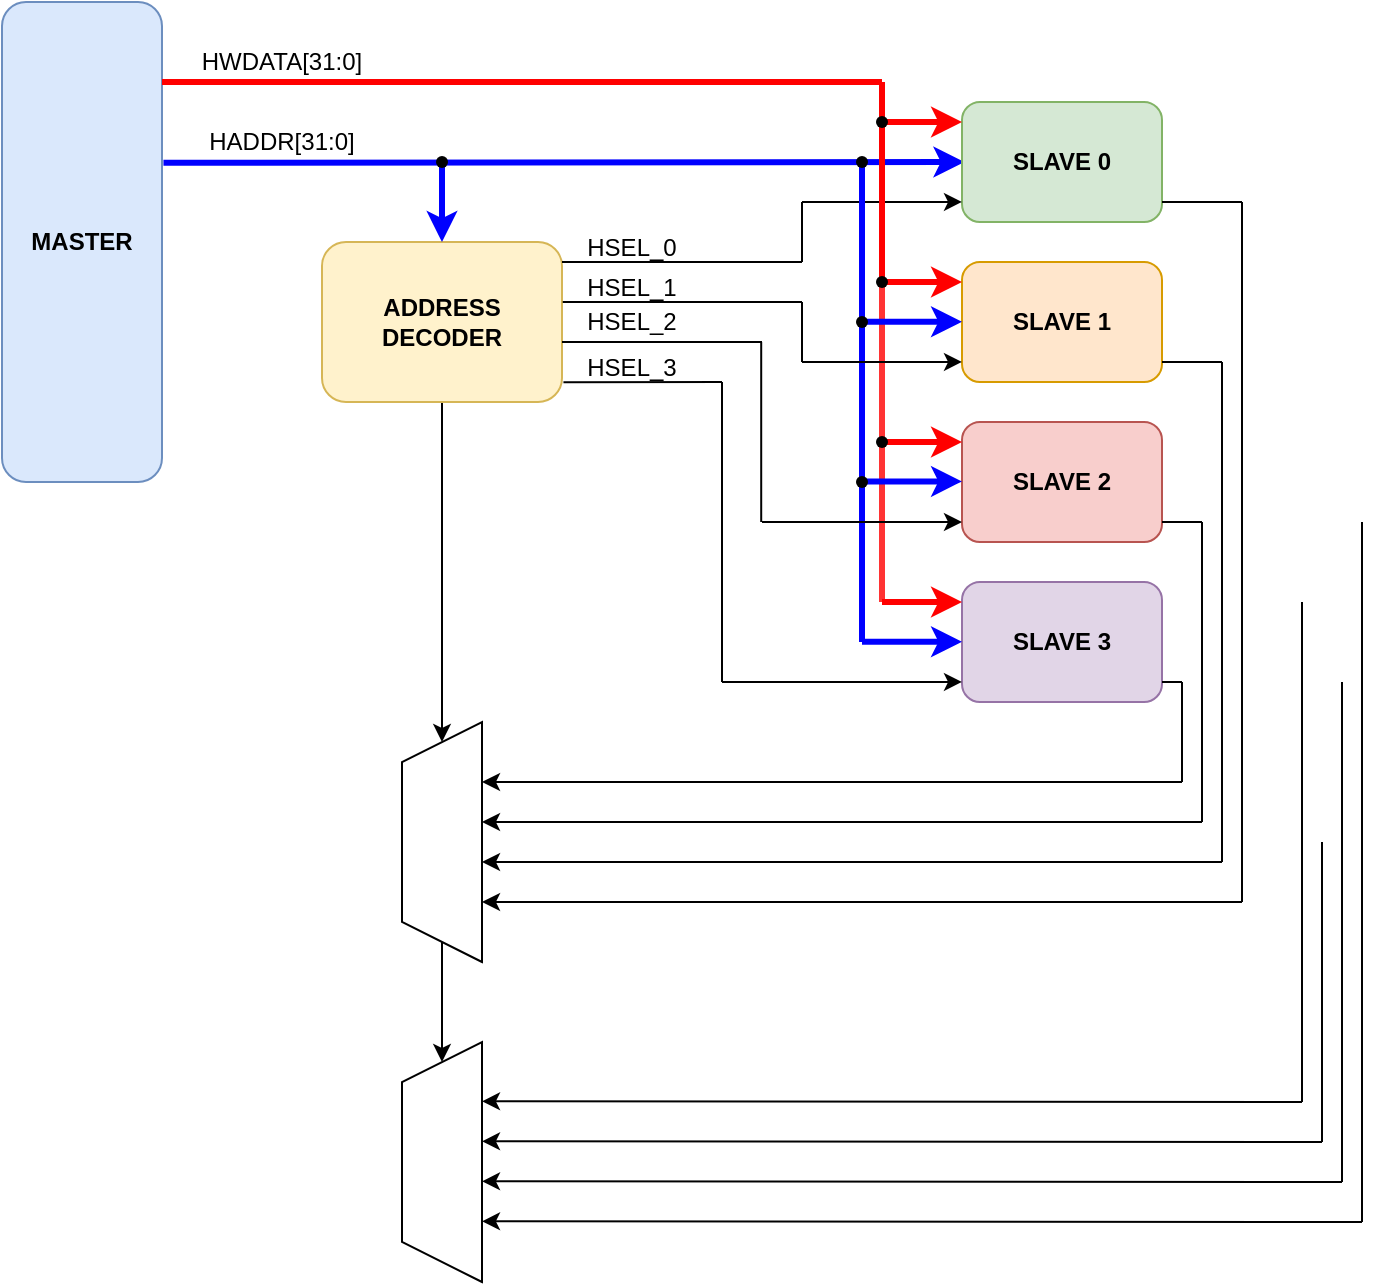
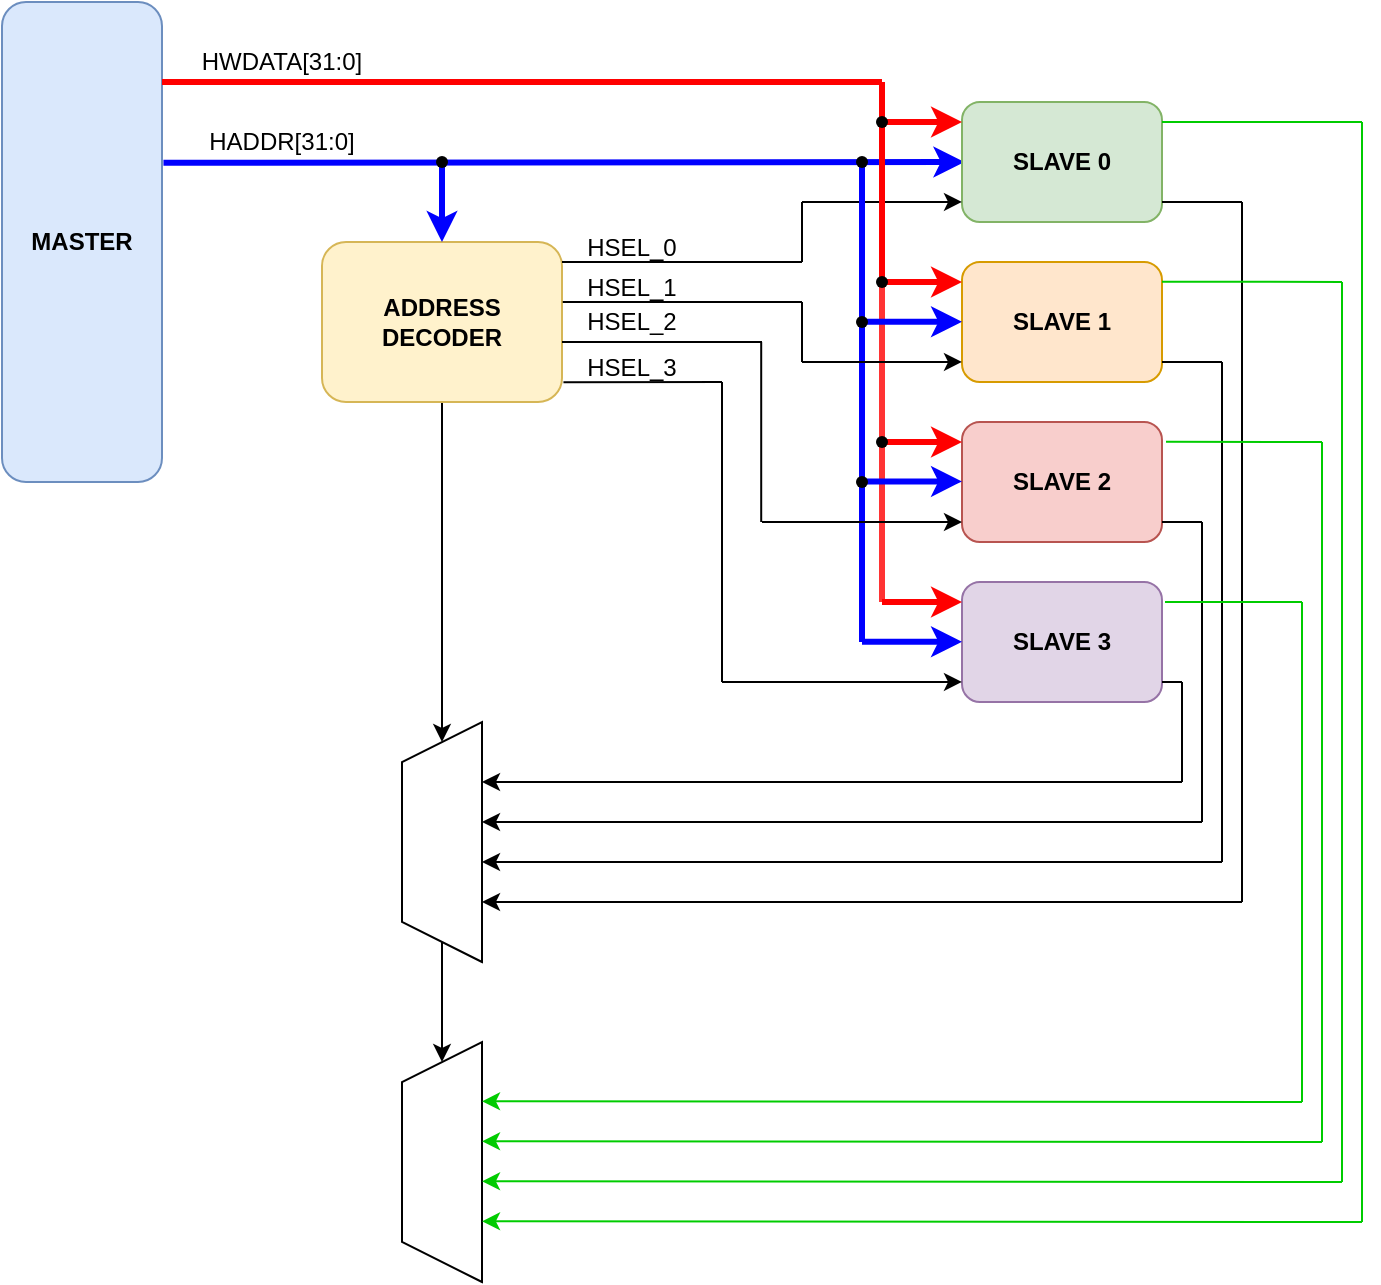
<mxfile host="app.diagrams.net" agent="Mozilla/5.0 (Windows NT 10.0; Win64; x64) AppleWebKit/537.36 (KHTML, like Gecko) Chrome/144.0.0.0 Safari/537.36 Edg/144.0.0.0" pages="4">
  <diagram id="00dOMP4ly3Yvcw6Omt_P" name="AHB Block Diagram">
-     <mxGraphModel dx="178" dy="257" grid="1" gridSize="10" guides="1" tooltips="1" connect="1" arrows="1" fold="1" page="1" pageScale="1" pageWidth="850" pageHeight="1100" math="0" shadow="0">
+     <mxGraphModel dx="364" dy="526" grid="1" gridSize="10" guides="1" tooltips="1" connect="1" arrows="1" fold="1" page="1" pageScale="1" pageWidth="850" pageHeight="1100" math="0" shadow="0">
      <root>
        <mxCell id="0" />
        <mxCell id="1" parent="0" />
        <mxCell id="WVtcaOnAu4kVJNJomXHp-1" parent="1" style="rounded=1;whiteSpace=wrap;html=1;fillColor=#dae8fc;strokeColor=#6c8ebf;" value="&lt;b&gt;MASTER&lt;/b&gt;" vertex="1">
          <mxGeometry height="240" width="80" x="80" y="160" as="geometry" />
        </mxCell>
        <mxCell id="WVtcaOnAu4kVJNJomXHp-55" edge="1" parent="1" source="WVtcaOnAu4kVJNJomXHp-3" style="edgeStyle=orthogonalEdgeStyle;rounded=0;orthogonalLoop=1;jettySize=auto;html=1;entryX=1;entryY=0.5;entryDx=0;entryDy=0;" target="WVtcaOnAu4kVJNJomXHp-53">
          <mxGeometry relative="1" as="geometry" />
        </mxCell>
        <mxCell id="WVtcaOnAu4kVJNJomXHp-3" parent="1" style="rounded=1;whiteSpace=wrap;html=1;fillColor=#fff2cc;strokeColor=#d6b656;" value="&lt;b&gt;ADDRESS DECODER&lt;/b&gt;" vertex="1">
          <mxGeometry height="80" width="120" x="240" y="280" as="geometry" />
        </mxCell>
        <mxCell id="WVtcaOnAu4kVJNJomXHp-4" edge="1" parent="1" source="WVtcaOnAu4kVJNJomXHp-1" style="endArrow=classic;html=1;rounded=0;exitX=1.009;exitY=0.335;exitDx=0;exitDy=0;exitPerimeter=0;strokeWidth=3;strokeColor=#0000FF;" value="">
          <mxGeometry height="50" relative="1" width="50" as="geometry">
            <mxPoint x="170" y="240" as="sourcePoint" />
            <mxPoint x="561.2" y="240" as="targetPoint" />
          </mxGeometry>
        </mxCell>
        <mxCell id="WVtcaOnAu4kVJNJomXHp-5" edge="1" parent="1" source="WVtcaOnAu4kVJNJomXHp-6" style="endArrow=classic;html=1;rounded=0;entryX=0.5;entryY=0;entryDx=0;entryDy=0;strokeWidth=3;strokeColor=#0000FF;" target="WVtcaOnAu4kVJNJomXHp-3" value="">
          <mxGeometry height="50" relative="1" width="50" as="geometry">
            <mxPoint x="340" y="240" as="sourcePoint" />
            <mxPoint x="390" y="190" as="targetPoint" />
          </mxGeometry>
        </mxCell>
        <mxCell id="WVtcaOnAu4kVJNJomXHp-6" parent="1" style="shape=waypoint;sketch=0;fillStyle=solid;size=6;pointerEvents=1;points=[];fillColor=none;resizable=0;rotatable=0;perimeter=centerPerimeter;snapToPoint=1;" value="" vertex="1">
          <mxGeometry height="20" width="20" x="290" y="230" as="geometry" />
        </mxCell>
        <mxCell id="WVtcaOnAu4kVJNJomXHp-7" parent="1" style="rounded=1;whiteSpace=wrap;html=1;fillColor=#d5e8d4;strokeColor=#82b366;fontStyle=1" value="SLAVE 0" vertex="1">
          <mxGeometry height="60" width="100" x="560" y="210" as="geometry" />
        </mxCell>
        <mxCell id="WVtcaOnAu4kVJNJomXHp-8" parent="1" style="rounded=1;whiteSpace=wrap;html=1;fillColor=#ffe6cc;strokeColor=#d79b00;fontStyle=1" value="SLAVE 1" vertex="1">
          <mxGeometry height="60" width="100" x="560" y="290" as="geometry" />
        </mxCell>
        <mxCell id="WVtcaOnAu4kVJNJomXHp-9" parent="1" style="rounded=1;whiteSpace=wrap;html=1;fillColor=#f8cecc;strokeColor=#b85450;fontStyle=1" value="SLAVE 2" vertex="1">
          <mxGeometry height="60" width="100" x="560" y="370" as="geometry" />
        </mxCell>
        <mxCell id="WVtcaOnAu4kVJNJomXHp-10" parent="1" style="rounded=1;whiteSpace=wrap;html=1;fillColor=#e1d5e7;strokeColor=#9673a6;fontStyle=1" value="SLAVE 3" vertex="1">
          <mxGeometry height="60" width="100" x="560" y="450" as="geometry" />
        </mxCell>
        <mxCell id="WVtcaOnAu4kVJNJomXHp-11" edge="1" parent="1" source="WVtcaOnAu4kVJNJomXHp-3" style="endArrow=none;html=1;rounded=0;exitX=1;exitY=0.125;exitDx=0;exitDy=0;exitPerimeter=0;" value="">
          <mxGeometry height="50" relative="1" width="50" as="geometry">
            <mxPoint x="410" y="290" as="sourcePoint" />
            <mxPoint x="480" y="290" as="targetPoint" />
          </mxGeometry>
        </mxCell>
        <mxCell id="WVtcaOnAu4kVJNJomXHp-12" edge="1" parent="1" style="endArrow=none;html=1;rounded=0;" value="">
          <mxGeometry height="50" relative="1" width="50" as="geometry">
            <mxPoint x="480" y="290" as="sourcePoint" />
            <mxPoint x="480" y="260" as="targetPoint" />
          </mxGeometry>
        </mxCell>
        <mxCell id="WVtcaOnAu4kVJNJomXHp-13" edge="1" parent="1" style="endArrow=classic;html=1;rounded=0;entryX=0;entryY=0.833;entryDx=0;entryDy=0;entryPerimeter=0;" target="WVtcaOnAu4kVJNJomXHp-7" value="">
          <mxGeometry height="50" relative="1" width="50" as="geometry">
            <mxPoint x="480" y="260" as="sourcePoint" />
            <mxPoint x="540" y="260" as="targetPoint" />
          </mxGeometry>
        </mxCell>
        <mxCell id="WVtcaOnAu4kVJNJomXHp-18" edge="1" parent="1" style="endArrow=none;html=1;rounded=0;strokeWidth=3;strokeColor=#FF0000;" value="">
          <mxGeometry height="50" relative="1" width="50" as="geometry">
            <mxPoint x="160" y="200" as="sourcePoint" />
            <mxPoint x="520" y="200" as="targetPoint" />
          </mxGeometry>
        </mxCell>
        <mxCell id="WVtcaOnAu4kVJNJomXHp-19" edge="1" parent="1" source="WVtcaOnAu4kVJNJomXHp-25" style="endArrow=none;html=1;rounded=0;strokeWidth=3;strokeColor=#FF0000;" value="">
          <mxGeometry height="50" relative="1" width="50" as="geometry">
            <mxPoint x="520" y="380" as="sourcePoint" />
            <mxPoint x="520" y="200" as="targetPoint" />
          </mxGeometry>
        </mxCell>
        <mxCell id="WVtcaOnAu4kVJNJomXHp-20" edge="1" parent="1" style="endArrow=classic;html=1;rounded=0;entryX=0;entryY=0.167;entryDx=0;entryDy=0;entryPerimeter=0;strokeWidth=3;strokeColor=#FF0000;" target="WVtcaOnAu4kVJNJomXHp-7" value="">
          <mxGeometry height="50" relative="1" width="50" as="geometry">
            <mxPoint x="520" y="220" as="sourcePoint" />
            <mxPoint x="570" y="170" as="targetPoint" />
          </mxGeometry>
        </mxCell>
        <mxCell id="WVtcaOnAu4kVJNJomXHp-22" edge="1" parent="1" style="endArrow=classic;html=1;rounded=0;entryX=0;entryY=0.167;entryDx=0;entryDy=0;entryPerimeter=0;strokeWidth=3;strokeColor=#FF0000;" value="">
          <mxGeometry height="50" relative="1" width="50" as="geometry">
            <mxPoint x="520" y="300" as="sourcePoint" />
            <mxPoint x="560" y="300" as="targetPoint" />
          </mxGeometry>
        </mxCell>
        <mxCell id="WVtcaOnAu4kVJNJomXHp-23" parent="1" style="shape=waypoint;sketch=0;fillStyle=solid;size=6;pointerEvents=1;points=[];fillColor=none;resizable=0;rotatable=0;perimeter=centerPerimeter;snapToPoint=1;" value="" vertex="1">
          <mxGeometry height="20" width="20" x="510" y="210" as="geometry" />
        </mxCell>
        <mxCell id="WVtcaOnAu4kVJNJomXHp-24" edge="1" parent="1" style="endArrow=classic;html=1;rounded=0;entryX=0;entryY=0.167;entryDx=0;entryDy=0;entryPerimeter=0;strokeWidth=3;strokeColor=#FF0000;" value="">
          <mxGeometry height="50" relative="1" width="50" as="geometry">
            <mxPoint x="520" y="380" as="sourcePoint" />
            <mxPoint x="560" y="380" as="targetPoint" />
          </mxGeometry>
        </mxCell>
        <mxCell id="WVtcaOnAu4kVJNJomXHp-26" edge="1" parent="1" style="endArrow=none;html=1;rounded=0;strokeWidth=3;strokeColor=#FF3333;" target="WVtcaOnAu4kVJNJomXHp-25" value="">
          <mxGeometry height="50" relative="1" width="50" as="geometry">
            <mxPoint x="520" y="460" as="sourcePoint" />
            <mxPoint x="520" y="200" as="targetPoint" />
          </mxGeometry>
        </mxCell>
        <mxCell id="WVtcaOnAu4kVJNJomXHp-25" parent="1" style="shape=waypoint;sketch=0;fillStyle=solid;size=6;pointerEvents=1;points=[];fillColor=none;resizable=0;rotatable=0;perimeter=centerPerimeter;snapToPoint=1;" value="" vertex="1">
          <mxGeometry height="20" width="20" x="510" y="290" as="geometry" />
        </mxCell>
        <mxCell id="WVtcaOnAu4kVJNJomXHp-27" edge="1" parent="1" style="endArrow=none;html=1;rounded=0;strokeWidth=3;strokeColor=#0000FF;" target="WVtcaOnAu4kVJNJomXHp-30" value="">
          <mxGeometry height="50" relative="1" width="50" as="geometry">
            <mxPoint x="510" y="480" as="sourcePoint" />
            <mxPoint x="510" y="240" as="targetPoint" />
          </mxGeometry>
        </mxCell>
        <mxCell id="WVtcaOnAu4kVJNJomXHp-28" edge="1" parent="1" style="endArrow=classic;html=1;rounded=0;entryX=0;entryY=0.167;entryDx=0;entryDy=0;entryPerimeter=0;strokeWidth=3;strokeColor=#0000FF;" value="">
          <mxGeometry height="50" relative="1" width="50" as="geometry">
            <mxPoint x="510" y="399.72" as="sourcePoint" />
            <mxPoint x="560" y="399.72" as="targetPoint" />
          </mxGeometry>
        </mxCell>
        <mxCell id="WVtcaOnAu4kVJNJomXHp-29" edge="1" parent="1" style="endArrow=classic;html=1;rounded=0;entryX=0;entryY=0.167;entryDx=0;entryDy=0;entryPerimeter=0;strokeWidth=3;strokeColor=#0000FF;" value="">
          <mxGeometry height="50" relative="1" width="50" as="geometry">
            <mxPoint x="510" y="319.86" as="sourcePoint" />
            <mxPoint x="560" y="319.86" as="targetPoint" />
          </mxGeometry>
        </mxCell>
        <mxCell id="WVtcaOnAu4kVJNJomXHp-30" parent="1" style="shape=waypoint;sketch=0;fillStyle=solid;size=6;pointerEvents=1;points=[];fillColor=none;resizable=0;rotatable=0;perimeter=centerPerimeter;snapToPoint=1;" value="" vertex="1">
          <mxGeometry height="20" width="20" x="500.0000000000001" y="230" as="geometry" />
        </mxCell>
        <mxCell id="WVtcaOnAu4kVJNJomXHp-31" parent="1" style="shape=waypoint;sketch=0;fillStyle=solid;size=6;pointerEvents=1;points=[];fillColor=none;resizable=0;rotatable=0;perimeter=centerPerimeter;snapToPoint=1;" value="" vertex="1">
          <mxGeometry height="20" width="20" x="500" y="310" as="geometry" />
        </mxCell>
        <mxCell id="WVtcaOnAu4kVJNJomXHp-32" edge="1" parent="1" style="endArrow=classic;html=1;rounded=0;entryX=0;entryY=0.167;entryDx=0;entryDy=0;entryPerimeter=0;strokeWidth=3;strokeColor=#FF0000;" value="">
          <mxGeometry height="50" relative="1" width="50" as="geometry">
            <mxPoint x="520" y="460" as="sourcePoint" />
            <mxPoint x="560" y="460" as="targetPoint" />
          </mxGeometry>
        </mxCell>
        <mxCell id="WVtcaOnAu4kVJNJomXHp-33" edge="1" parent="1" style="endArrow=classic;html=1;rounded=0;entryX=0;entryY=0.167;entryDx=0;entryDy=0;entryPerimeter=0;strokeWidth=3;strokeColor=#0000FF;" value="">
          <mxGeometry height="50" relative="1" width="50" as="geometry">
            <mxPoint x="510" y="479.88" as="sourcePoint" />
            <mxPoint x="560" y="479.88" as="targetPoint" />
          </mxGeometry>
        </mxCell>
        <mxCell id="WVtcaOnAu4kVJNJomXHp-34" parent="1" style="shape=waypoint;sketch=0;fillStyle=solid;size=6;pointerEvents=1;points=[];fillColor=none;resizable=0;rotatable=0;perimeter=centerPerimeter;snapToPoint=1;" value="" vertex="1">
          <mxGeometry height="20" width="20" x="510" y="370" as="geometry" />
        </mxCell>
        <mxCell id="WVtcaOnAu4kVJNJomXHp-35" parent="1" style="shape=waypoint;sketch=0;fillStyle=solid;size=6;pointerEvents=1;points=[];fillColor=none;resizable=0;rotatable=0;perimeter=centerPerimeter;snapToPoint=1;" value="" vertex="1">
          <mxGeometry height="20" width="20" x="500" y="390" as="geometry" />
        </mxCell>
        <mxCell id="WVtcaOnAu4kVJNJomXHp-38" edge="1" parent="1" source="WVtcaOnAu4kVJNJomXHp-3" style="endArrow=none;html=1;rounded=0;exitX=1.003;exitY=0.375;exitDx=0;exitDy=0;exitPerimeter=0;" value="">
          <mxGeometry height="50" relative="1" width="50" as="geometry">
            <mxPoint x="400" y="310" as="sourcePoint" />
            <mxPoint x="480" y="310" as="targetPoint" />
          </mxGeometry>
        </mxCell>
        <mxCell id="WVtcaOnAu4kVJNJomXHp-39" edge="1" parent="1" source="WVtcaOnAu4kVJNJomXHp-3" style="endArrow=none;html=1;rounded=0;exitX=1;exitY=0.625;exitDx=0;exitDy=0;exitPerimeter=0;" value="">
          <mxGeometry height="50" relative="1" width="50" as="geometry">
            <mxPoint x="400" y="330" as="sourcePoint" />
            <mxPoint x="460" y="330" as="targetPoint" />
          </mxGeometry>
        </mxCell>
        <mxCell id="WVtcaOnAu4kVJNJomXHp-40" edge="1" parent="1" source="WVtcaOnAu4kVJNJomXHp-3" style="endArrow=none;html=1;rounded=0;exitX=1.006;exitY=0.877;exitDx=0;exitDy=0;exitPerimeter=0;" value="">
          <mxGeometry height="50" relative="1" width="50" as="geometry">
            <mxPoint x="400" y="350" as="sourcePoint" />
            <mxPoint x="440" y="350" as="targetPoint" />
          </mxGeometry>
        </mxCell>
        <mxCell id="WVtcaOnAu4kVJNJomXHp-41" edge="1" parent="1" style="endArrow=none;html=1;rounded=0;" value="">
          <mxGeometry height="50" relative="1" width="50" as="geometry">
            <mxPoint x="440" y="500" as="sourcePoint" />
            <mxPoint x="440" y="350" as="targetPoint" />
          </mxGeometry>
        </mxCell>
        <mxCell id="WVtcaOnAu4kVJNJomXHp-42" edge="1" parent="1" style="endArrow=classic;html=1;rounded=0;entryX=0;entryY=0.833;entryDx=0;entryDy=0;entryPerimeter=0;" target="WVtcaOnAu4kVJNJomXHp-10" value="">
          <mxGeometry height="50" relative="1" width="50" as="geometry">
            <mxPoint x="440" y="499.98" as="sourcePoint" />
            <mxPoint x="470" y="450" as="targetPoint" />
          </mxGeometry>
        </mxCell>
        <mxCell id="WVtcaOnAu4kVJNJomXHp-43" edge="1" parent="1" style="endArrow=none;html=1;rounded=0;" value="">
          <mxGeometry height="50" relative="1" width="50" as="geometry">
            <mxPoint x="459.6" y="420" as="sourcePoint" />
            <mxPoint x="459.6" y="330" as="targetPoint" />
          </mxGeometry>
        </mxCell>
        <mxCell id="WVtcaOnAu4kVJNJomXHp-44" edge="1" parent="1" style="endArrow=classic;html=1;rounded=0;entryX=0;entryY=0.833;entryDx=0;entryDy=0;entryPerimeter=0;" value="">
          <mxGeometry height="50" relative="1" width="50" as="geometry">
            <mxPoint x="460" y="420" as="sourcePoint" />
            <mxPoint x="560" y="420" as="targetPoint" />
          </mxGeometry>
        </mxCell>
        <mxCell id="WVtcaOnAu4kVJNJomXHp-45" edge="1" parent="1" style="endArrow=none;html=1;rounded=0;" value="">
          <mxGeometry height="50" relative="1" width="50" as="geometry">
            <mxPoint x="480" y="340" as="sourcePoint" />
            <mxPoint x="480" y="310" as="targetPoint" />
          </mxGeometry>
        </mxCell>
        <mxCell id="WVtcaOnAu4kVJNJomXHp-46" edge="1" parent="1" style="endArrow=classic;html=1;rounded=0;entryX=0;entryY=0.833;entryDx=0;entryDy=0;entryPerimeter=0;" target="WVtcaOnAu4kVJNJomXHp-8" value="">
          <mxGeometry height="50" relative="1" width="50" as="geometry">
            <mxPoint x="480" y="340" as="sourcePoint" />
            <mxPoint x="550" y="340" as="targetPoint" />
          </mxGeometry>
        </mxCell>
        <mxCell id="WVtcaOnAu4kVJNJomXHp-47" parent="1" style="text;html=1;whiteSpace=wrap;strokeColor=none;fillColor=none;align=center;verticalAlign=middle;rounded=0;" value="HSEL_0" vertex="1">
          <mxGeometry height="15" width="60" x="365" y="275" as="geometry" />
        </mxCell>
        <mxCell id="WVtcaOnAu4kVJNJomXHp-48" parent="1" style="text;html=1;whiteSpace=wrap;strokeColor=none;fillColor=none;align=center;verticalAlign=middle;rounded=0;" value="HSEL_1" vertex="1">
          <mxGeometry height="15" width="60" x="365" y="295" as="geometry" />
        </mxCell>
        <mxCell id="WVtcaOnAu4kVJNJomXHp-49" parent="1" style="text;html=1;whiteSpace=wrap;strokeColor=none;fillColor=none;align=center;verticalAlign=middle;rounded=0;" value="HSEL_2" vertex="1">
          <mxGeometry height="7.5" width="60" x="365" y="316.25" as="geometry" />
        </mxCell>
        <mxCell id="WVtcaOnAu4kVJNJomXHp-50" parent="1" style="text;html=1;whiteSpace=wrap;strokeColor=none;fillColor=none;align=center;verticalAlign=middle;rounded=0;" value="HSEL_3" vertex="1">
          <mxGeometry height="15" width="60" x="365" y="335" as="geometry" />
        </mxCell>
        <mxCell id="WVtcaOnAu4kVJNJomXHp-51" parent="1" style="text;html=1;whiteSpace=wrap;strokeColor=none;fillColor=none;align=center;verticalAlign=middle;rounded=0;" value="HWDATA[31:0]" vertex="1">
          <mxGeometry height="20" width="80" x="180" y="180" as="geometry" />
        </mxCell>
        <mxCell id="WVtcaOnAu4kVJNJomXHp-52" parent="1" style="text;html=1;whiteSpace=wrap;strokeColor=none;fillColor=none;align=center;verticalAlign=middle;rounded=0;" value="HADDR[31:0]" vertex="1">
          <mxGeometry height="20" width="80" x="180" y="220" as="geometry" />
        </mxCell>
        <mxCell id="WVtcaOnAu4kVJNJomXHp-53" parent="1" style="shape=trapezoid;perimeter=trapezoidPerimeter;whiteSpace=wrap;html=1;fixedSize=1;rotation=-90;" value="" vertex="1">
          <mxGeometry height="40" width="120" x="240" y="560" as="geometry" />
        </mxCell>
        <mxCell id="WVtcaOnAu4kVJNJomXHp-54" parent="1" style="shape=trapezoid;perimeter=trapezoidPerimeter;whiteSpace=wrap;html=1;fixedSize=1;rotation=-90;" value="" vertex="1">
          <mxGeometry height="40" width="120" x="240" y="720" as="geometry" />
        </mxCell>
        <mxCell id="WVtcaOnAu4kVJNJomXHp-56" edge="1" parent="1" source="WVtcaOnAu4kVJNJomXHp-53" style="endArrow=classic;html=1;rounded=0;exitX=0;exitY=0.5;exitDx=0;exitDy=0;entryX=1;entryY=0.5;entryDx=0;entryDy=0;" target="WVtcaOnAu4kVJNJomXHp-54" value="">
          <mxGeometry height="50" relative="1" width="50" as="geometry">
            <mxPoint x="360" y="680" as="sourcePoint" />
            <mxPoint x="410" y="630" as="targetPoint" />
          </mxGeometry>
        </mxCell>
        <mxCell id="WVtcaOnAu4kVJNJomXHp-58" edge="1" parent="1" style="endArrow=classic;html=1;rounded=0;" value="">
          <mxGeometry height="50" relative="1" width="50" as="geometry">
            <mxPoint x="670" y="550" as="sourcePoint" />
            <mxPoint x="320" y="550" as="targetPoint" />
          </mxGeometry>
        </mxCell>
        <mxCell id="WVtcaOnAu4kVJNJomXHp-59" edge="1" parent="1" style="endArrow=classic;html=1;rounded=0;" value="">
          <mxGeometry height="50" relative="1" width="50" as="geometry">
            <mxPoint x="680" y="570" as="sourcePoint" />
            <mxPoint x="320" y="570" as="targetPoint" />
          </mxGeometry>
        </mxCell>
        <mxCell id="WVtcaOnAu4kVJNJomXHp-60" edge="1" parent="1" style="endArrow=classic;html=1;rounded=0;" value="">
          <mxGeometry height="50" relative="1" width="50" as="geometry">
            <mxPoint x="690" y="590" as="sourcePoint" />
            <mxPoint x="320" y="590" as="targetPoint" />
          </mxGeometry>
        </mxCell>
        <mxCell id="WVtcaOnAu4kVJNJomXHp-61" edge="1" parent="1" style="endArrow=classic;html=1;rounded=0;" value="">
          <mxGeometry height="50" relative="1" width="50" as="geometry">
            <mxPoint x="700" y="610" as="sourcePoint" />
            <mxPoint x="320" y="610" as="targetPoint" />
          </mxGeometry>
        </mxCell>
        <mxCell id="WVtcaOnAu4kVJNJomXHp-62" edge="1" parent="1" style="endArrow=none;html=1;rounded=0;" value="">
          <mxGeometry height="50" relative="1" width="50" as="geometry">
            <mxPoint x="670" y="550" as="sourcePoint" />
            <mxPoint x="670" y="500" as="targetPoint" />
          </mxGeometry>
        </mxCell>
        <mxCell id="WVtcaOnAu4kVJNJomXHp-63" edge="1" parent="1" style="endArrow=none;html=1;rounded=0;" value="">
          <mxGeometry height="50" relative="1" width="50" as="geometry">
            <mxPoint x="660" y="500" as="sourcePoint" />
            <mxPoint x="670" y="500" as="targetPoint" />
          </mxGeometry>
        </mxCell>
        <mxCell id="WVtcaOnAu4kVJNJomXHp-64" edge="1" parent="1" style="endArrow=none;html=1;rounded=0;" value="">
          <mxGeometry height="50" relative="1" width="50" as="geometry">
            <mxPoint x="680" y="570" as="sourcePoint" />
            <mxPoint x="680" y="420" as="targetPoint" />
          </mxGeometry>
        </mxCell>
        <mxCell id="WVtcaOnAu4kVJNJomXHp-65" edge="1" parent="1" style="endArrow=none;html=1;rounded=0;" value="">
          <mxGeometry height="50" relative="1" width="50" as="geometry">
            <mxPoint x="660" y="420" as="sourcePoint" />
            <mxPoint x="680" y="420" as="targetPoint" />
          </mxGeometry>
        </mxCell>
        <mxCell id="WVtcaOnAu4kVJNJomXHp-66" edge="1" parent="1" style="endArrow=none;html=1;rounded=0;" value="">
          <mxGeometry height="50" relative="1" width="50" as="geometry">
            <mxPoint x="690" y="590" as="sourcePoint" />
            <mxPoint x="690" y="340" as="targetPoint" />
          </mxGeometry>
        </mxCell>
        <mxCell id="WVtcaOnAu4kVJNJomXHp-67" edge="1" parent="1" style="endArrow=none;html=1;rounded=0;" value="">
          <mxGeometry height="50" relative="1" width="50" as="geometry">
            <mxPoint x="660" y="340" as="sourcePoint" />
            <mxPoint x="690" y="340" as="targetPoint" />
          </mxGeometry>
        </mxCell>
        <mxCell id="WVtcaOnAu4kVJNJomXHp-69" edge="1" parent="1" style="endArrow=none;html=1;rounded=0;" value="">
          <mxGeometry height="50" relative="1" width="50" as="geometry">
            <mxPoint x="700" y="610" as="sourcePoint" />
            <mxPoint x="700" y="260" as="targetPoint" />
          </mxGeometry>
        </mxCell>
        <mxCell id="WVtcaOnAu4kVJNJomXHp-71" edge="1" parent="1" style="endArrow=none;html=1;rounded=0;" value="">
          <mxGeometry height="50" relative="1" width="50" as="geometry">
            <mxPoint x="660" y="260" as="sourcePoint" />
            <mxPoint x="700" y="260" as="targetPoint" />
          </mxGeometry>
        </mxCell>
-         <mxCell id="WVtcaOnAu4kVJNJomXHp-72" edge="1" parent="1" style="endArrow=classic;html=1;rounded=0;" value="">
+         <mxCell id="WVtcaOnAu4kVJNJomXHp-72" edge="1" parent="1" style="endArrow=classic;html=1;rounded=0;strokeColor=#00CC00;" value="">
          <mxGeometry height="50" relative="1" width="50" as="geometry">
            <mxPoint x="730" y="710" as="sourcePoint" />
            <mxPoint x="320" y="709.66" as="targetPoint" />
          </mxGeometry>
        </mxCell>
-         <mxCell id="WVtcaOnAu4kVJNJomXHp-73" edge="1" parent="1" style="endArrow=classic;html=1;rounded=0;" value="">
+         <mxCell id="WVtcaOnAu4kVJNJomXHp-73" edge="1" parent="1" style="endArrow=classic;html=1;rounded=0;strokeColor=#00CC00;" value="">
          <mxGeometry height="50" relative="1" width="50" as="geometry">
            <mxPoint x="740" y="730" as="sourcePoint" />
            <mxPoint x="320" y="729.66" as="targetPoint" />
          </mxGeometry>
        </mxCell>
-         <mxCell id="WVtcaOnAu4kVJNJomXHp-74" edge="1" parent="1" style="endArrow=classic;html=1;rounded=0;" value="">
+         <mxCell id="WVtcaOnAu4kVJNJomXHp-74" edge="1" parent="1" style="endArrow=classic;html=1;rounded=0;strokeColor=#00CC00;" value="">
          <mxGeometry height="50" relative="1" width="50" as="geometry">
            <mxPoint x="750" y="750" as="sourcePoint" />
            <mxPoint x="320" y="749.66" as="targetPoint" />
          </mxGeometry>
        </mxCell>
-         <mxCell id="WVtcaOnAu4kVJNJomXHp-75" edge="1" parent="1" style="endArrow=classic;html=1;rounded=0;" value="">
+         <mxCell id="WVtcaOnAu4kVJNJomXHp-75" edge="1" parent="1" style="endArrow=classic;html=1;rounded=0;strokeColor=#00CC00;" value="">
          <mxGeometry height="50" relative="1" width="50" as="geometry">
            <mxPoint x="760" y="770" as="sourcePoint" />
            <mxPoint x="320" y="769.66" as="targetPoint" />
          </mxGeometry>
        </mxCell>
-         <mxCell id="WVtcaOnAu4kVJNJomXHp-76" edge="1" parent="1" style="endArrow=none;html=1;rounded=0;" value="">
+         <mxCell id="WVtcaOnAu4kVJNJomXHp-76" edge="1" parent="1" style="endArrow=none;html=1;rounded=0;strokeColor=#00CC00;" value="">
          <mxGeometry height="50" relative="1" width="50" as="geometry">
            <mxPoint x="730" y="710" as="sourcePoint" />
            <mxPoint x="730" y="460" as="targetPoint" />
          </mxGeometry>
        </mxCell>
-         <mxCell id="WVtcaOnAu4kVJNJomXHp-77" edge="1" parent="1" style="endArrow=none;html=1;rounded=0;" value="">
+         <mxCell id="WVtcaOnAu4kVJNJomXHp-77" edge="1" parent="1" style="endArrow=none;html=1;rounded=0;strokeColor=#00CC00;" value="">
          <mxGeometry height="50" relative="1" width="50" as="geometry">
            <mxPoint x="740" y="730" as="sourcePoint" />
-             <mxPoint x="740" y="580" as="targetPoint" />
-           </mxGeometry>
-         </mxCell>
-         <mxCell id="WVtcaOnAu4kVJNJomXHp-78" edge="1" parent="1" style="endArrow=none;html=1;rounded=0;" value="">
+             <mxPoint x="740" y="380" as="targetPoint" />
+           </mxGeometry>
+         </mxCell>
+         <mxCell id="WVtcaOnAu4kVJNJomXHp-78" edge="1" parent="1" style="endArrow=none;html=1;rounded=0;strokeColor=#00CC00;" value="">
          <mxGeometry height="50" relative="1" width="50" as="geometry">
            <mxPoint x="750" y="750" as="sourcePoint" />
-             <mxPoint x="750" y="500" as="targetPoint" />
-           </mxGeometry>
-         </mxCell>
-         <mxCell id="WVtcaOnAu4kVJNJomXHp-79" edge="1" parent="1" style="endArrow=none;html=1;rounded=0;" value="">
+             <mxPoint x="750" y="300" as="targetPoint" />
+           </mxGeometry>
+         </mxCell>
+         <mxCell id="WVtcaOnAu4kVJNJomXHp-79" edge="1" parent="1" style="endArrow=none;html=1;rounded=0;strokeColor=#00CC00;" value="">
          <mxGeometry height="50" relative="1" width="50" as="geometry">
            <mxPoint x="760" y="770" as="sourcePoint" />
-             <mxPoint x="760" y="420" as="targetPoint" />
+             <mxPoint x="760" y="220" as="targetPoint" />
+           </mxGeometry>
+         </mxCell>
+         <mxCell id="WVtcaOnAu4kVJNJomXHp-80" edge="1" parent="1" source="WVtcaOnAu4kVJNJomXHp-10" style="endArrow=none;html=1;rounded=0;exitX=1.015;exitY=0.166;exitDx=0;exitDy=0;exitPerimeter=0;strokeColor=#00CC00;" value="">
+           <mxGeometry height="50" relative="1" width="50" as="geometry">
+             <mxPoint x="680" y="510" as="sourcePoint" />
+             <mxPoint x="730" y="460" as="targetPoint" />
+           </mxGeometry>
+         </mxCell>
+         <mxCell id="WVtcaOnAu4kVJNJomXHp-81" edge="1" parent="1" style="endArrow=none;html=1;rounded=0;exitX=1.015;exitY=0.166;exitDx=0;exitDy=0;exitPerimeter=0;strokeColor=#00CC00;" value="">
+           <mxGeometry height="50" relative="1" width="50" as="geometry">
+             <mxPoint x="662" y="379.87" as="sourcePoint" />
+             <mxPoint x="740" y="380" as="targetPoint" />
+           </mxGeometry>
+         </mxCell>
+         <mxCell id="WVtcaOnAu4kVJNJomXHp-82" edge="1" parent="1" style="endArrow=none;html=1;rounded=0;exitX=1.015;exitY=0.166;exitDx=0;exitDy=0;exitPerimeter=0;strokeColor=#00CC00;" value="">
+           <mxGeometry height="50" relative="1" width="50" as="geometry">
+             <mxPoint x="660" y="299.83" as="sourcePoint" />
+             <mxPoint x="750" y="300" as="targetPoint" />
+           </mxGeometry>
+         </mxCell>
+         <mxCell id="WVtcaOnAu4kVJNJomXHp-83" edge="1" parent="1" style="endArrow=none;html=1;rounded=0;exitX=1.015;exitY=0.166;exitDx=0;exitDy=0;exitPerimeter=0;strokeColor=#00CC00;" value="">
+           <mxGeometry height="50" relative="1" width="50" as="geometry">
+             <mxPoint x="660" y="220" as="sourcePoint" />
+             <mxPoint x="760" y="220" as="targetPoint" />
          </mxGeometry>
        </mxCell>
      </root>
    </mxGraphModel>
  </diagram>
  <diagram name="AHB Interface" id="AxdGKtdG9Rmgfqjtrl1U">
    <mxGraphModel dx="2046" dy="1106" grid="1" gridSize="10" guides="1" tooltips="1" connect="1" arrows="1" fold="1" page="1" pageScale="1" pageWidth="850" pageHeight="1100" math="0" shadow="0">
      <root>
        <mxCell id="0" />
        <mxCell id="1" parent="0" />
        <mxCell id="BZ9neWvH9tw47nREzwFn-1" parent="1" style="rounded=0;whiteSpace=wrap;html=1;" value="&lt;font style=&quot;font-size: 16px;&quot;&gt;&lt;b&gt;Manager&lt;/b&gt;&lt;/font&gt;" vertex="1">
          <mxGeometry height="200" width="120" x="400" y="80" as="geometry" />
        </mxCell>
        <mxCell id="BZ9neWvH9tw47nREzwFn-2" edge="1" parent="1" style="endArrow=classic;html=1;rounded=0;" value="">
          <mxGeometry height="50" relative="1" width="50" as="geometry">
            <mxPoint x="360" y="100" as="sourcePoint" />
            <mxPoint x="400" y="100" as="targetPoint" />
          </mxGeometry>
        </mxCell>
        <mxCell id="BZ9neWvH9tw47nREzwFn-3" edge="1" parent="1" style="endArrow=classic;html=1;rounded=0;" value="">
          <mxGeometry height="50" relative="1" width="50" as="geometry">
            <mxPoint x="360" y="120" as="sourcePoint" />
            <mxPoint x="400" y="120" as="targetPoint" />
          </mxGeometry>
        </mxCell>
        <mxCell id="BZ9neWvH9tw47nREzwFn-4" parent="1" style="text;html=1;whiteSpace=wrap;strokeColor=none;fillColor=none;align=center;verticalAlign=middle;rounded=0;fontStyle=1" value="HCLK" vertex="1">
          <mxGeometry height="20" width="40" x="320" y="90" as="geometry" />
        </mxCell>
        <mxCell id="BZ9neWvH9tw47nREzwFn-5" parent="1" style="text;html=1;whiteSpace=wrap;strokeColor=none;fillColor=none;align=center;verticalAlign=middle;rounded=0;fontStyle=1" value="HRESETn" vertex="1">
          <mxGeometry height="20" width="60" x="300" y="110" as="geometry" />
        </mxCell>
        <mxCell id="BZ9neWvH9tw47nREzwFn-6" parent="1" style="text;html=1;whiteSpace=wrap;strokeColor=none;fillColor=none;align=center;verticalAlign=middle;rounded=0;fontStyle=1" value="HREADY" vertex="1">
          <mxGeometry height="20" width="60" x="300" y="150" as="geometry" />
        </mxCell>
        <mxCell id="BZ9neWvH9tw47nREzwFn-7" edge="1" parent="1" style="endArrow=classic;html=1;rounded=0;" value="">
          <mxGeometry height="50" relative="1" width="50" as="geometry">
            <mxPoint x="360" y="160" as="sourcePoint" />
            <mxPoint x="400" y="160" as="targetPoint" />
          </mxGeometry>
        </mxCell>
        <mxCell id="BZ9neWvH9tw47nREzwFn-8" edge="1" parent="1" style="endArrow=classic;html=1;rounded=0;" value="">
          <mxGeometry height="50" relative="1" width="50" as="geometry">
            <mxPoint x="360" y="180" as="sourcePoint" />
            <mxPoint x="400" y="180" as="targetPoint" />
          </mxGeometry>
        </mxCell>
        <mxCell id="BZ9neWvH9tw47nREzwFn-9" parent="1" style="text;html=1;whiteSpace=wrap;strokeColor=none;fillColor=none;align=center;verticalAlign=middle;rounded=0;fontStyle=1" value="HSELx" vertex="1">
          <mxGeometry height="20" width="60" x="310" y="430" as="geometry" />
        </mxCell>
        <mxCell id="BZ9neWvH9tw47nREzwFn-10" edge="1" parent="1" style="endArrow=classic;html=1;rounded=0;" value="">
          <mxGeometry height="50" relative="1" width="50" as="geometry">
            <mxPoint x="360" y="260" as="sourcePoint" />
            <mxPoint x="400" y="260" as="targetPoint" />
          </mxGeometry>
        </mxCell>
        <mxCell id="BZ9neWvH9tw47nREzwFn-11" parent="1" style="text;html=1;whiteSpace=wrap;strokeColor=none;fillColor=none;align=center;verticalAlign=middle;rounded=0;fontStyle=1" value="HRDATA[31:0]" vertex="1">
          <mxGeometry height="20" width="90" x="270" y="250" as="geometry" />
        </mxCell>
        <mxCell id="BZ9neWvH9tw47nREzwFn-12" edge="1" parent="1" style="endArrow=classic;html=1;rounded=0;" value="">
          <mxGeometry height="50" relative="1" width="50" as="geometry">
            <mxPoint x="520" y="99.83" as="sourcePoint" />
            <mxPoint x="560" y="99.83" as="targetPoint" />
          </mxGeometry>
        </mxCell>
        <mxCell id="BZ9neWvH9tw47nREzwFn-13" edge="1" parent="1" style="endArrow=classic;html=1;rounded=0;" value="">
          <mxGeometry height="50" relative="1" width="50" as="geometry">
            <mxPoint x="520" y="119.83" as="sourcePoint" />
            <mxPoint x="560" y="119.83" as="targetPoint" />
          </mxGeometry>
        </mxCell>
        <mxCell id="BZ9neWvH9tw47nREzwFn-14" edge="1" parent="1" style="endArrow=classic;html=1;rounded=0;" value="">
          <mxGeometry height="50" relative="1" width="50" as="geometry">
            <mxPoint x="520" y="159.83" as="sourcePoint" />
            <mxPoint x="560" y="159.83" as="targetPoint" />
          </mxGeometry>
        </mxCell>
        <mxCell id="BZ9neWvH9tw47nREzwFn-15" edge="1" parent="1" style="endArrow=classic;html=1;rounded=0;" value="">
          <mxGeometry height="50" relative="1" width="50" as="geometry">
            <mxPoint x="520" y="140" as="sourcePoint" />
            <mxPoint x="560" y="140" as="targetPoint" />
          </mxGeometry>
        </mxCell>
        <mxCell id="BZ9neWvH9tw47nREzwFn-16" edge="1" parent="1" style="endArrow=classic;html=1;rounded=0;" value="">
          <mxGeometry height="50" relative="1" width="50" as="geometry">
            <mxPoint x="520" y="179.83" as="sourcePoint" />
            <mxPoint x="560" y="179.83" as="targetPoint" />
          </mxGeometry>
        </mxCell>
        <mxCell id="BZ9neWvH9tw47nREzwFn-17" edge="1" parent="1" style="endArrow=classic;html=1;rounded=0;" value="">
          <mxGeometry height="50" relative="1" width="50" as="geometry">
            <mxPoint x="520" y="200" as="sourcePoint" />
            <mxPoint x="560" y="200" as="targetPoint" />
          </mxGeometry>
        </mxCell>
        <mxCell id="BZ9neWvH9tw47nREzwFn-18" parent="1" style="text;html=1;whiteSpace=wrap;strokeColor=none;fillColor=none;align=center;verticalAlign=middle;rounded=0;fontStyle=1" value="HADDR[31:0]" vertex="1">
          <mxGeometry height="20" width="80" x="560" y="90" as="geometry" />
        </mxCell>
        <mxCell id="BZ9neWvH9tw47nREzwFn-19" parent="1" style="text;html=1;whiteSpace=wrap;strokeColor=none;fillColor=none;align=center;verticalAlign=middle;rounded=0;fontStyle=1" value="HWRITE" vertex="1">
          <mxGeometry height="20" width="60" x="560" y="110" as="geometry" />
        </mxCell>
        <mxCell id="BZ9neWvH9tw47nREzwFn-20" parent="1" style="text;html=1;whiteSpace=wrap;strokeColor=none;fillColor=none;align=center;verticalAlign=middle;rounded=0;fontStyle=1" value="HSIZE[2:0]" vertex="1">
          <mxGeometry height="20" width="70" x="560" y="130" as="geometry" />
        </mxCell>
        <mxCell id="BZ9neWvH9tw47nREzwFn-21" parent="1" style="text;html=1;whiteSpace=wrap;strokeColor=none;fillColor=none;align=center;verticalAlign=middle;rounded=0;fontStyle=1" value="HBURST[2:0]" vertex="1">
          <mxGeometry height="20" width="80" x="560" y="150" as="geometry" />
        </mxCell>
        <mxCell id="BZ9neWvH9tw47nREzwFn-22" parent="1" style="text;html=1;whiteSpace=wrap;strokeColor=none;fillColor=none;align=center;verticalAlign=middle;rounded=0;fontStyle=1" value="HPROT[3:0]" vertex="1">
          <mxGeometry height="20" width="80" x="560" y="170" as="geometry" />
        </mxCell>
        <mxCell id="BZ9neWvH9tw47nREzwFn-23" parent="1" style="text;html=1;whiteSpace=wrap;strokeColor=none;fillColor=none;align=center;verticalAlign=middle;rounded=0;fontStyle=1" value="HTRANS[1:0]" vertex="1">
          <mxGeometry height="20" width="80" x="560" y="190" as="geometry" />
        </mxCell>
        <mxCell id="BZ9neWvH9tw47nREzwFn-24" edge="1" parent="1" style="endArrow=classic;html=1;rounded=0;" value="">
          <mxGeometry height="50" relative="1" width="50" as="geometry">
            <mxPoint x="520" y="220" as="sourcePoint" />
            <mxPoint x="560" y="220" as="targetPoint" />
          </mxGeometry>
        </mxCell>
        <mxCell id="BZ9neWvH9tw47nREzwFn-25" parent="1" style="text;html=1;whiteSpace=wrap;strokeColor=none;fillColor=none;align=center;verticalAlign=middle;rounded=0;fontStyle=1" value="HMASTLOCK" vertex="1">
          <mxGeometry height="20" width="80" x="560" y="210" as="geometry" />
        </mxCell>
        <mxCell id="BZ9neWvH9tw47nREzwFn-26" edge="1" parent="1" style="endArrow=classic;html=1;rounded=0;" value="">
          <mxGeometry height="50" relative="1" width="50" as="geometry">
            <mxPoint x="520" y="259.8" as="sourcePoint" />
            <mxPoint x="560" y="259.8" as="targetPoint" />
          </mxGeometry>
        </mxCell>
        <mxCell id="BZ9neWvH9tw47nREzwFn-30" parent="1" style="text;html=1;whiteSpace=wrap;strokeColor=none;fillColor=none;align=center;verticalAlign=middle;rounded=0;fontStyle=1" value="HWDATA[31:0]" vertex="1">
          <mxGeometry height="20" width="95" x="555" y="250" as="geometry" />
        </mxCell>
        <mxCell id="BZ9neWvH9tw47nREzwFn-31" parent="1" style="rounded=0;whiteSpace=wrap;html=1;" value="&lt;font style=&quot;font-size: 16px;&quot;&gt;&lt;b&gt;Slave&lt;/b&gt;&lt;/font&gt;" vertex="1">
          <mxGeometry height="320" width="120" x="400" y="360" as="geometry" />
        </mxCell>
        <mxCell id="BZ9neWvH9tw47nREzwFn-32" edge="1" parent="1" style="endArrow=classic;html=1;rounded=0;" value="">
          <mxGeometry height="50" relative="1" width="50" as="geometry">
            <mxPoint x="360" y="489.83" as="sourcePoint" />
            <mxPoint x="400" y="489.83" as="targetPoint" />
          </mxGeometry>
        </mxCell>
        <mxCell id="BZ9neWvH9tw47nREzwFn-33" edge="1" parent="1" style="endArrow=classic;html=1;rounded=0;" value="">
          <mxGeometry height="50" relative="1" width="50" as="geometry">
            <mxPoint x="360" y="509.83" as="sourcePoint" />
            <mxPoint x="400" y="509.83" as="targetPoint" />
          </mxGeometry>
        </mxCell>
        <mxCell id="BZ9neWvH9tw47nREzwFn-34" edge="1" parent="1" style="endArrow=classic;html=1;rounded=0;" value="">
          <mxGeometry height="50" relative="1" width="50" as="geometry">
            <mxPoint x="360" y="549.83" as="sourcePoint" />
            <mxPoint x="400" y="549.83" as="targetPoint" />
          </mxGeometry>
        </mxCell>
        <mxCell id="BZ9neWvH9tw47nREzwFn-35" edge="1" parent="1" style="endArrow=classic;html=1;rounded=0;" value="">
          <mxGeometry height="50" relative="1" width="50" as="geometry">
            <mxPoint x="360" y="530" as="sourcePoint" />
            <mxPoint x="400" y="530" as="targetPoint" />
          </mxGeometry>
        </mxCell>
        <mxCell id="BZ9neWvH9tw47nREzwFn-36" edge="1" parent="1" style="endArrow=classic;html=1;rounded=0;" value="">
          <mxGeometry height="50" relative="1" width="50" as="geometry">
            <mxPoint x="360" y="569.83" as="sourcePoint" />
            <mxPoint x="400" y="569.83" as="targetPoint" />
          </mxGeometry>
        </mxCell>
        <mxCell id="BZ9neWvH9tw47nREzwFn-37" edge="1" parent="1" style="endArrow=classic;html=1;rounded=0;" value="">
          <mxGeometry height="50" relative="1" width="50" as="geometry">
            <mxPoint x="360" y="590" as="sourcePoint" />
            <mxPoint x="400" y="590" as="targetPoint" />
          </mxGeometry>
        </mxCell>
        <mxCell id="BZ9neWvH9tw47nREzwFn-38" parent="1" style="text;html=1;whiteSpace=wrap;strokeColor=none;fillColor=none;align=center;verticalAlign=middle;rounded=0;fontStyle=1" value="HADDR[31:0]" vertex="1">
          <mxGeometry height="20" width="80" x="275" y="480" as="geometry" />
        </mxCell>
        <mxCell id="BZ9neWvH9tw47nREzwFn-39" parent="1" style="text;html=1;whiteSpace=wrap;strokeColor=none;fillColor=none;align=center;verticalAlign=middle;rounded=0;fontStyle=1" value="HWRITE" vertex="1">
          <mxGeometry height="20" width="60" x="275" y="500" as="geometry" />
        </mxCell>
        <mxCell id="BZ9neWvH9tw47nREzwFn-40" parent="1" style="text;html=1;whiteSpace=wrap;strokeColor=none;fillColor=none;align=center;verticalAlign=middle;rounded=0;fontStyle=1" value="HSIZE[2:0]" vertex="1">
          <mxGeometry height="20" width="70" x="275" y="520" as="geometry" />
        </mxCell>
        <mxCell id="BZ9neWvH9tw47nREzwFn-41" parent="1" style="text;html=1;whiteSpace=wrap;strokeColor=none;fillColor=none;align=center;verticalAlign=middle;rounded=0;fontStyle=1" value="HBURST[2:0]" vertex="1">
          <mxGeometry height="20" width="80" x="275" y="540" as="geometry" />
        </mxCell>
        <mxCell id="BZ9neWvH9tw47nREzwFn-42" parent="1" style="text;html=1;whiteSpace=wrap;strokeColor=none;fillColor=none;align=center;verticalAlign=middle;rounded=0;fontStyle=1" value="HPROT[3:0]" vertex="1">
          <mxGeometry height="20" width="80" x="275" y="560" as="geometry" />
        </mxCell>
        <mxCell id="BZ9neWvH9tw47nREzwFn-43" parent="1" style="text;html=1;whiteSpace=wrap;strokeColor=none;fillColor=none;align=center;verticalAlign=middle;rounded=0;fontStyle=1" value="HTRANS[1:0]" vertex="1">
          <mxGeometry height="20" width="80" x="275" y="580" as="geometry" />
        </mxCell>
        <mxCell id="BZ9neWvH9tw47nREzwFn-44" edge="1" parent="1" style="endArrow=classic;html=1;rounded=0;" value="">
          <mxGeometry height="50" relative="1" width="50" as="geometry">
            <mxPoint x="360" y="610" as="sourcePoint" />
            <mxPoint x="400" y="610" as="targetPoint" />
          </mxGeometry>
        </mxCell>
        <mxCell id="BZ9neWvH9tw47nREzwFn-45" parent="1" style="text;html=1;whiteSpace=wrap;strokeColor=none;fillColor=none;align=center;verticalAlign=middle;rounded=0;fontStyle=1" value="HMASTLOCK" vertex="1">
          <mxGeometry height="20" width="80" x="275" y="600" as="geometry" />
        </mxCell>
        <mxCell id="BZ9neWvH9tw47nREzwFn-46" edge="1" parent="1" style="endArrow=classic;html=1;rounded=0;" value="">
          <mxGeometry height="50" relative="1" width="50" as="geometry">
            <mxPoint x="360" y="649.8" as="sourcePoint" />
            <mxPoint x="400" y="649.8" as="targetPoint" />
          </mxGeometry>
        </mxCell>
        <mxCell id="BZ9neWvH9tw47nREzwFn-47" parent="1" style="text;html=1;whiteSpace=wrap;strokeColor=none;fillColor=none;align=center;verticalAlign=middle;rounded=0;fontStyle=1" value="HWDATA[31:0]" vertex="1">
          <mxGeometry height="20" width="95" x="270" y="640" as="geometry" />
        </mxCell>
        <mxCell id="BZ9neWvH9tw47nREzwFn-49" edge="1" parent="1" style="endArrow=classic;html=1;rounded=0;" value="">
          <mxGeometry height="50" relative="1" width="50" as="geometry">
            <mxPoint x="360" y="380" as="sourcePoint" />
            <mxPoint x="400" y="380" as="targetPoint" />
          </mxGeometry>
        </mxCell>
        <mxCell id="BZ9neWvH9tw47nREzwFn-50" edge="1" parent="1" style="endArrow=classic;html=1;rounded=0;" value="">
          <mxGeometry height="50" relative="1" width="50" as="geometry">
            <mxPoint x="360" y="400" as="sourcePoint" />
            <mxPoint x="400" y="400" as="targetPoint" />
          </mxGeometry>
        </mxCell>
        <mxCell id="BZ9neWvH9tw47nREzwFn-51" edge="1" parent="1" style="endArrow=classic;html=1;rounded=0;" value="">
          <mxGeometry height="50" relative="1" width="50" as="geometry">
            <mxPoint x="360" y="440" as="sourcePoint" />
            <mxPoint x="400" y="440" as="targetPoint" />
          </mxGeometry>
        </mxCell>
        <mxCell id="BZ9neWvH9tw47nREzwFn-52" parent="1" style="text;html=1;whiteSpace=wrap;strokeColor=none;fillColor=none;align=center;verticalAlign=middle;rounded=0;fontStyle=1" value="HCLK" vertex="1">
          <mxGeometry height="20" width="40" x="320" y="370" as="geometry" />
        </mxCell>
        <mxCell id="BZ9neWvH9tw47nREzwFn-53" parent="1" style="text;html=1;whiteSpace=wrap;strokeColor=none;fillColor=none;align=center;verticalAlign=middle;rounded=0;fontStyle=1" value="HRESETn" vertex="1">
          <mxGeometry height="20" width="60" x="300" y="390" as="geometry" />
        </mxCell>
        <mxCell id="BZ9neWvH9tw47nREzwFn-54" parent="1" style="shape=curlyBracket;whiteSpace=wrap;html=1;rounded=1;labelPosition=left;verticalLabelPosition=middle;align=right;verticalAlign=middle;" value="" vertex="1">
          <mxGeometry height="35" width="20" x="230" y="90" as="geometry" />
        </mxCell>
        <mxCell id="BZ9neWvH9tw47nREzwFn-55" parent="1" style="text;html=1;whiteSpace=wrap;strokeColor=none;fillColor=none;align=center;verticalAlign=middle;rounded=0;fontStyle=1" value="HRESP" vertex="1">
          <mxGeometry height="20" width="60" x="300" y="170" as="geometry" />
        </mxCell>
        <mxCell id="BZ9neWvH9tw47nREzwFn-56" parent="1" style="shape=curlyBracket;whiteSpace=wrap;html=1;rounded=1;labelPosition=left;verticalLabelPosition=middle;align=right;verticalAlign=middle;" value="" vertex="1">
          <mxGeometry height="140" width="20" x="230" y="480" as="geometry" />
        </mxCell>
        <mxCell id="BZ9neWvH9tw47nREzwFn-57" parent="1" style="shape=curlyBracket;whiteSpace=wrap;html=1;rounded=1;labelPosition=left;verticalLabelPosition=middle;align=right;verticalAlign=middle;rotation=-180;" value="" vertex="1">
          <mxGeometry height="135" width="20" x="650" y="90" as="geometry" />
        </mxCell>
        <mxCell id="BZ9neWvH9tw47nREzwFn-58" parent="1" style="text;html=1;whiteSpace=wrap;strokeColor=none;fillColor=none;align=center;verticalAlign=middle;rounded=0;fontStyle=1" value="&lt;span style=&quot;font-weight: normal;&quot;&gt;Global signals&lt;/span&gt;" vertex="1">
          <mxGeometry height="20" width="90" x="140" y="97.5" as="geometry" />
        </mxCell>
        <mxCell id="BZ9neWvH9tw47nREzwFn-59" parent="1" style="text;html=1;whiteSpace=wrap;strokeColor=none;fillColor=none;align=center;verticalAlign=middle;rounded=0;fontStyle=1" value="&lt;span style=&quot;font-weight: normal;&quot;&gt;Transfer response&lt;/span&gt;" vertex="1">
          <mxGeometry height="20" width="60" x="170" y="157.5" as="geometry" />
        </mxCell>
        <mxCell id="BZ9neWvH9tw47nREzwFn-60" parent="1" style="text;html=1;whiteSpace=wrap;strokeColor=none;fillColor=none;align=center;verticalAlign=middle;rounded=0;fontStyle=1" value="&lt;span style=&quot;font-weight: normal;&quot;&gt;Data&lt;/span&gt;" vertex="1">
          <mxGeometry height="20" width="60" x="170" y="250" as="geometry" />
        </mxCell>
        <mxCell id="BZ9neWvH9tw47nREzwFn-61" parent="1" style="text;html=1;whiteSpace=wrap;strokeColor=none;fillColor=none;align=center;verticalAlign=middle;rounded=0;fontStyle=1" value="&lt;span style=&quot;font-weight: normal;&quot;&gt;Address and control signals&lt;/span&gt;" vertex="1">
          <mxGeometry height="37.5" width="90" x="670" y="140" as="geometry" />
        </mxCell>
        <mxCell id="BZ9neWvH9tw47nREzwFn-62" parent="1" style="shape=curlyBracket;whiteSpace=wrap;html=1;rounded=1;labelPosition=left;verticalLabelPosition=middle;align=right;verticalAlign=middle;" value="" vertex="1">
          <mxGeometry height="35" width="20" x="230" y="150" as="geometry" />
        </mxCell>
        <mxCell id="BZ9neWvH9tw47nREzwFn-63" parent="1" style="text;html=1;whiteSpace=wrap;strokeColor=none;fillColor=none;align=center;verticalAlign=middle;rounded=0;fontStyle=1" value="&lt;span style=&quot;font-weight: normal;&quot;&gt;Address and control signals&lt;/span&gt;" vertex="1">
          <mxGeometry height="37.5" width="90" x="140" y="531" as="geometry" />
        </mxCell>
        <mxCell id="BZ9neWvH9tw47nREzwFn-64" parent="1" style="shape=curlyBracket;whiteSpace=wrap;html=1;rounded=1;labelPosition=left;verticalLabelPosition=middle;align=right;verticalAlign=middle;" value="" vertex="1">
          <mxGeometry height="35" width="20" x="230" y="375" as="geometry" />
        </mxCell>
        <mxCell id="BZ9neWvH9tw47nREzwFn-65" parent="1" style="text;html=1;whiteSpace=wrap;strokeColor=none;fillColor=none;align=center;verticalAlign=middle;rounded=0;fontStyle=1" value="&lt;span style=&quot;font-weight: normal;&quot;&gt;Global signals&lt;/span&gt;" vertex="1">
          <mxGeometry height="20" width="90" x="140" y="382.5" as="geometry" />
        </mxCell>
        <mxCell id="BZ9neWvH9tw47nREzwFn-66" parent="1" style="text;html=1;whiteSpace=wrap;strokeColor=none;fillColor=none;align=center;verticalAlign=middle;rounded=0;fontStyle=1" value="&lt;span style=&quot;font-weight: normal;&quot;&gt;Data&lt;/span&gt;" vertex="1">
          <mxGeometry height="20" width="60" x="670" y="250" as="geometry" />
        </mxCell>
        <mxCell id="BZ9neWvH9tw47nREzwFn-67" edge="1" parent="1" style="endArrow=classic;html=1;rounded=0;" value="">
          <mxGeometry height="50" relative="1" width="50" as="geometry">
            <mxPoint x="520" y="490" as="sourcePoint" />
            <mxPoint x="560" y="490" as="targetPoint" />
          </mxGeometry>
        </mxCell>
        <mxCell id="BZ9neWvH9tw47nREzwFn-68" edge="1" parent="1" style="endArrow=classic;html=1;rounded=0;" value="">
          <mxGeometry height="50" relative="1" width="50" as="geometry">
            <mxPoint x="520" y="510" as="sourcePoint" />
            <mxPoint x="560" y="510" as="targetPoint" />
          </mxGeometry>
        </mxCell>
        <mxCell id="BZ9neWvH9tw47nREzwFn-69" parent="1" style="text;html=1;whiteSpace=wrap;strokeColor=none;fillColor=none;align=center;verticalAlign=middle;rounded=0;fontStyle=1" value="HREADY" vertex="1">
          <mxGeometry height="20" width="60" x="560" y="480" as="geometry" />
        </mxCell>
        <mxCell id="BZ9neWvH9tw47nREzwFn-70" parent="1" style="text;html=1;whiteSpace=wrap;strokeColor=none;fillColor=none;align=center;verticalAlign=middle;rounded=0;fontStyle=1" value="HRESP" vertex="1">
          <mxGeometry height="20" width="60" x="560" y="500" as="geometry" />
        </mxCell>
        <mxCell id="BZ9neWvH9tw47nREzwFn-71" edge="1" parent="1" style="endArrow=classic;html=1;rounded=0;" value="">
          <mxGeometry height="50" relative="1" width="50" as="geometry">
            <mxPoint x="520" y="649.6600000000001" as="sourcePoint" />
            <mxPoint x="560" y="649.6600000000001" as="targetPoint" />
          </mxGeometry>
        </mxCell>
        <mxCell id="BZ9neWvH9tw47nREzwFn-72" parent="1" style="text;html=1;whiteSpace=wrap;strokeColor=none;fillColor=none;align=center;verticalAlign=middle;rounded=0;fontStyle=1" value="HRDATA[31:0]" vertex="1">
          <mxGeometry height="20" width="90" x="560" y="640" as="geometry" />
        </mxCell>
        <mxCell id="BZ9neWvH9tw47nREzwFn-73" parent="1" style="text;html=1;whiteSpace=wrap;strokeColor=none;fillColor=none;align=center;verticalAlign=middle;rounded=0;fontStyle=1" value="&lt;span style=&quot;font-weight: normal;&quot;&gt;Data&lt;/span&gt;" vertex="1">
          <mxGeometry height="20" width="60" x="155" y="640" as="geometry" />
        </mxCell>
        <mxCell id="BZ9neWvH9tw47nREzwFn-74" parent="1" style="text;html=1;whiteSpace=wrap;strokeColor=none;fillColor=none;align=center;verticalAlign=middle;rounded=0;fontStyle=1" value="&lt;span style=&quot;font-weight: normal;&quot;&gt;Data&lt;/span&gt;" vertex="1">
          <mxGeometry height="20" width="50" x="675" y="640" as="geometry" />
        </mxCell>
        <mxCell id="BZ9neWvH9tw47nREzwFn-75" parent="1" style="text;html=1;whiteSpace=wrap;strokeColor=none;fillColor=none;align=center;verticalAlign=middle;rounded=0;fontStyle=1" value="&lt;span style=&quot;font-weight: normal;&quot;&gt;Transfer response&lt;/span&gt;" vertex="1">
          <mxGeometry height="20" width="60" x="670" y="487.5" as="geometry" />
        </mxCell>
        <mxCell id="BZ9neWvH9tw47nREzwFn-76" parent="1" style="shape=curlyBracket;whiteSpace=wrap;html=1;rounded=1;labelPosition=left;verticalLabelPosition=middle;align=right;verticalAlign=middle;rotation=-180;" value="" vertex="1">
          <mxGeometry height="35" width="20" x="640" y="480" as="geometry" />
        </mxCell>
        <mxCell id="BZ9neWvH9tw47nREzwFn-77" parent="1" style="text;html=1;whiteSpace=wrap;strokeColor=none;fillColor=none;align=center;verticalAlign=middle;rounded=0;fontStyle=1" value="&lt;span style=&quot;font-weight: normal;&quot;&gt;Select signal&lt;/span&gt;" vertex="1">
          <mxGeometry height="20" width="90" x="140" y="430" as="geometry" />
        </mxCell>
      </root>
    </mxGraphModel>
  </diagram>
  <diagram id="Hd4ECfvz_bm4RMetZK8C" name="Master Interface">
    <mxGraphModel dx="764" dy="1105" grid="1" gridSize="10" guides="1" tooltips="1" connect="1" arrows="1" fold="1" page="1" pageScale="1" pageWidth="850" pageHeight="1100" math="0" shadow="0">
      <root>
        <mxCell id="0" />
        <mxCell id="1" parent="0" />
      </root>
    </mxGraphModel>
  </diagram>
  <diagram id="AYzUWjTrgIps4r00h7mQ" name="Master FSM">
    <mxGraphModel dx="437" dy="631" grid="1" gridSize="10" guides="1" tooltips="1" connect="1" arrows="1" fold="1" page="1" pageScale="1" pageWidth="850" pageHeight="1100" math="0" shadow="0">
      <root>
        <mxCell id="0" />
        <mxCell id="1" parent="0" />
        <mxCell id="gUlQ52oibdo8bB1fHUDe-6" edge="1" parent="1" source="gUlQ52oibdo8bB1fHUDe-1" style="edgeStyle=orthogonalEdgeStyle;rounded=0;orthogonalLoop=1;jettySize=auto;html=1;exitX=1;exitY=0.5;exitDx=0;exitDy=0;entryX=0;entryY=0.5;entryDx=0;entryDy=0;" target="gUlQ52oibdo8bB1fHUDe-2">
          <mxGeometry relative="1" as="geometry" />
        </mxCell>
        <mxCell id="gUlQ52oibdo8bB1fHUDe-8" edge="1" parent="1" source="gUlQ52oibdo8bB1fHUDe-1" style="edgeStyle=orthogonalEdgeStyle;rounded=0;orthogonalLoop=1;jettySize=auto;html=1;entryX=0.5;entryY=0;entryDx=0;entryDy=0;" target="gUlQ52oibdo8bB1fHUDe-5">
          <mxGeometry relative="1" as="geometry" />
        </mxCell>
        <mxCell id="gUlQ52oibdo8bB1fHUDe-1" parent="1" style="ellipse;whiteSpace=wrap;html=1;" value="IDLE" vertex="1">
          <mxGeometry height="80" width="120" x="200" y="200" as="geometry" />
        </mxCell>
        <mxCell id="gUlQ52oibdo8bB1fHUDe-7" edge="1" parent="1" source="gUlQ52oibdo8bB1fHUDe-2" style="edgeStyle=orthogonalEdgeStyle;rounded=0;orthogonalLoop=1;jettySize=auto;html=1;entryX=0.5;entryY=0;entryDx=0;entryDy=0;" target="gUlQ52oibdo8bB1fHUDe-3">
          <mxGeometry relative="1" as="geometry" />
        </mxCell>
        <mxCell id="gUlQ52oibdo8bB1fHUDe-2" parent="1" style="ellipse;whiteSpace=wrap;html=1;" value="WR_ADDR_PHASE" vertex="1">
          <mxGeometry height="80" width="120" x="440" y="200" as="geometry" />
        </mxCell>
        <mxCell id="gUlQ52oibdo8bB1fHUDe-10" edge="1" parent="1" source="gUlQ52oibdo8bB1fHUDe-3" style="edgeStyle=orthogonalEdgeStyle;rounded=0;orthogonalLoop=1;jettySize=auto;html=1;entryX=0.5;entryY=0;entryDx=0;entryDy=0;" target="gUlQ52oibdo8bB1fHUDe-9">
          <mxGeometry relative="1" as="geometry" />
        </mxCell>
        <mxCell id="8WBKzOnGMAMBHIHuB8Qa-4" edge="1" parent="1" source="gUlQ52oibdo8bB1fHUDe-3" style="edgeStyle=orthogonalEdgeStyle;rounded=0;orthogonalLoop=1;jettySize=auto;html=1;entryX=1;entryY=0.5;entryDx=0;entryDy=0;" target="gUlQ52oibdo8bB1fHUDe-5">
          <mxGeometry relative="1" as="geometry" />
        </mxCell>
        <mxCell id="gUlQ52oibdo8bB1fHUDe-3" parent="1" style="ellipse;whiteSpace=wrap;html=1;" value="WR_DATA_PHASE" vertex="1">
          <mxGeometry height="80" width="120" x="440" y="360" as="geometry" />
        </mxCell>
        <mxCell id="gUlQ52oibdo8bB1fHUDe-11" edge="1" parent="1" source="gUlQ52oibdo8bB1fHUDe-4" style="edgeStyle=orthogonalEdgeStyle;rounded=0;orthogonalLoop=1;jettySize=auto;html=1;entryX=0;entryY=0.5;entryDx=0;entryDy=0;" target="gUlQ52oibdo8bB1fHUDe-9">
          <mxGeometry relative="1" as="geometry" />
        </mxCell>
        <mxCell id="8WBKzOnGMAMBHIHuB8Qa-6" edge="1" parent="1" source="gUlQ52oibdo8bB1fHUDe-4" style="edgeStyle=orthogonalEdgeStyle;rounded=0;orthogonalLoop=1;jettySize=auto;html=1;exitX=0;exitY=0.5;exitDx=0;exitDy=0;entryX=0;entryY=0.5;entryDx=0;entryDy=0;" target="gUlQ52oibdo8bB1fHUDe-1">
          <mxGeometry relative="1" as="geometry">
            <Array as="points">
              <mxPoint x="160.03" y="560.03" />
              <mxPoint x="160.03" y="240.03" />
            </Array>
          </mxGeometry>
        </mxCell>
        <mxCell id="gUlQ52oibdo8bB1fHUDe-4" parent="1" style="ellipse;whiteSpace=wrap;html=1;" value="RD_DATA_PHASE" vertex="1">
          <mxGeometry height="80" width="120" x="200" y="520" as="geometry" />
        </mxCell>
        <mxCell id="8WBKzOnGMAMBHIHuB8Qa-3" edge="1" parent="1" source="gUlQ52oibdo8bB1fHUDe-5" style="edgeStyle=orthogonalEdgeStyle;rounded=0;orthogonalLoop=1;jettySize=auto;html=1;" target="gUlQ52oibdo8bB1fHUDe-4" value="">
          <mxGeometry relative="1" as="geometry" />
        </mxCell>
        <mxCell id="gUlQ52oibdo8bB1fHUDe-5" parent="1" style="ellipse;whiteSpace=wrap;html=1;" value="RD_ADDR_PHASE" vertex="1">
          <mxGeometry height="80" width="120" x="200" y="360" as="geometry" />
        </mxCell>
        <mxCell id="gUlQ52oibdo8bB1fHUDe-9" parent="1" style="ellipse;whiteSpace=wrap;html=1;" value="WAIT_STATE" vertex="1">
          <mxGeometry height="80" width="120" x="440" y="520" as="geometry" />
        </mxCell>
        <mxCell id="8WBKzOnGMAMBHIHuB8Qa-1" edge="1" parent="1" source="gUlQ52oibdo8bB1fHUDe-5" style="endArrow=classic;html=1;rounded=0;entryX=0;entryY=0;entryDx=0;entryDy=0;exitX=1;exitY=1;exitDx=0;exitDy=0;" target="gUlQ52oibdo8bB1fHUDe-9" value="">
          <mxGeometry height="50" relative="1" width="50" as="geometry">
            <mxPoint x="350" y="490" as="sourcePoint" />
            <mxPoint x="400" y="440" as="targetPoint" />
          </mxGeometry>
        </mxCell>
        <mxCell id="8WBKzOnGMAMBHIHuB8Qa-5" edge="1" parent="1" source="gUlQ52oibdo8bB1fHUDe-3" style="endArrow=classic;html=1;rounded=0;exitX=0;exitY=0;exitDx=0;exitDy=0;entryX=1;entryY=1;entryDx=0;entryDy=0;" target="gUlQ52oibdo8bB1fHUDe-1" value="">
          <mxGeometry height="50" relative="1" width="50" as="geometry">
            <mxPoint x="370" y="340" as="sourcePoint" />
            <mxPoint x="420" y="290" as="targetPoint" />
          </mxGeometry>
        </mxCell>
      </root>
    </mxGraphModel>
  </diagram>
</mxfile>
